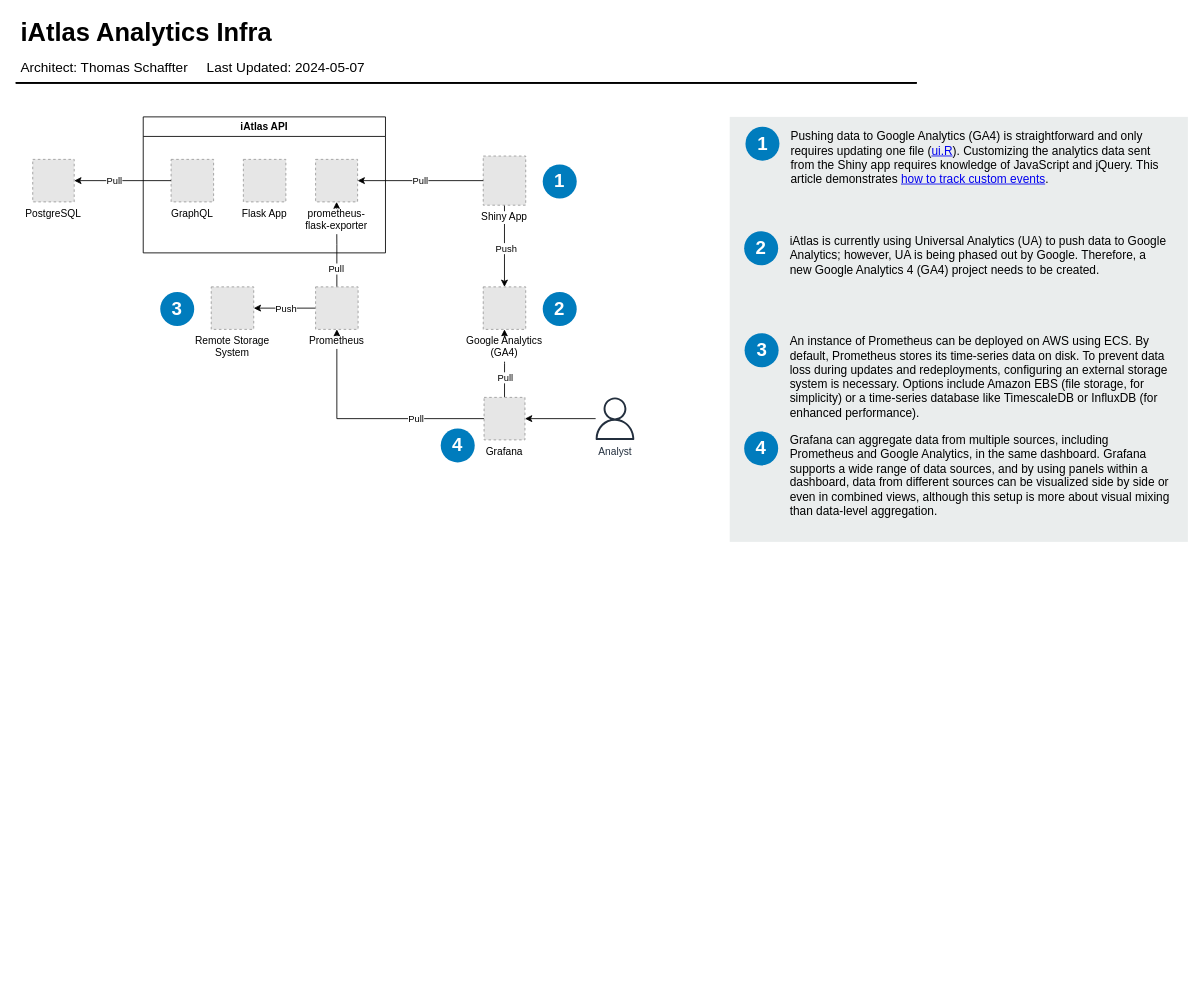
Above: diagrams/iatlas-infra.drawio in Sage-Bionetworks/sage-monorepo (draw.io), before the change. Source tidied: cells renumbered, new cells numbered last; positions are measured from the earlier drawing's top-left corner, leaving out a move shared by most shapes. Both pictures are drawn from the tidied source at 85%, with x=0, y=0 at pixel (15, 14). Pictures stored in the file or linked from it are replaced by grey dashed boxes.
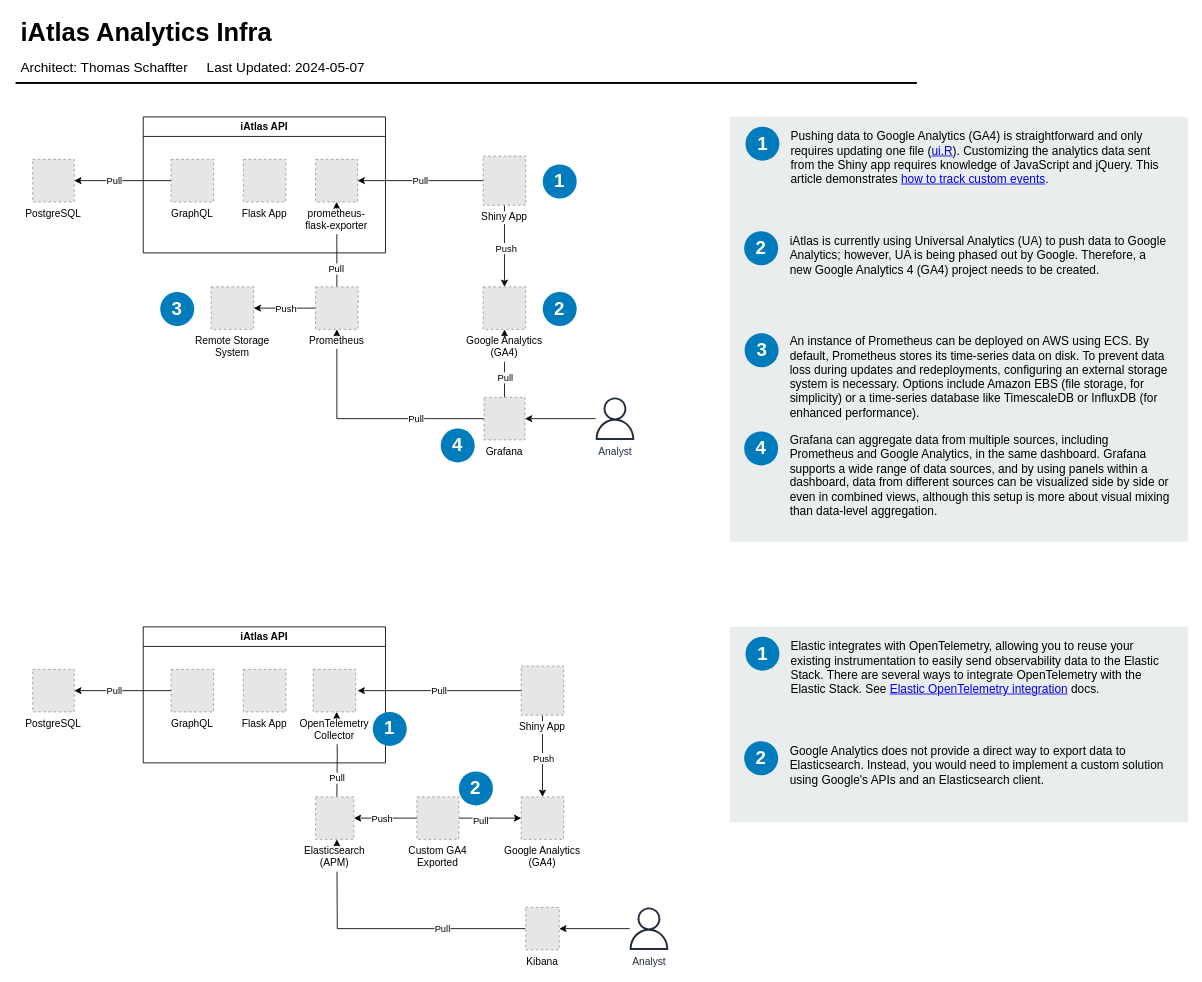
After the change.

What changed in the source:
```diff
@@
+    <mxCell id="44" style="edgeStyle=orthogonalEdgeStyle;rounded=0;jettySize=auto;html=1;entryX=0.5;entryY=0;entryDx=0;entryDy=0;" parent="1" edge="1" source="46" target="59">
+      <mxGeometry relative="1" as="geometry" />
+    </mxCell>
+    <mxCell id="45" value="Push" style="edgeLabel;html=1;align=center;verticalAlign=middle;" parent="44" vertex="1">
+      <mxGeometry x="0.06" y="1" relative="1" as="geometry" />
+    </mxCell>
+    <mxCell id="46" value="Shiny App" style="fillColor=#E6E6E6;strokeColor=#999999;dashed=1;verticalLabelPosition=bottom;labelBackgroundColor=default;verticalAlign=top;" parent="1" vertex="1">
+      <mxGeometry x="594.7" y="766.1" width="50" height="57.8" as="geometry" />
+    </mxCell>
+    <mxCell id="47" value="PostgreSQL" style="fillColor=#E6E6E6;strokeColor=#999999;dashed=1;verticalLabelPosition=bottom;labelBackgroundColor=default;verticalAlign=top;" parent="1" vertex="1">
+      <mxGeometry x="20" y="770" width="48.8" height="50" as="geometry" />
+    </mxCell>
+    <mxCell id="48" value="Pull" style="edgeStyle=orthogonalEdgeStyle;rounded=0;jettySize=auto;html=1;exitX=0;exitY=0.5;exitDx=0;exitDy=0;" parent="1" edge="1" source="46">
+      <mxGeometry relative="1" as="geometry">
+        <mxPoint x="402.2" y="795" as="targetPoint" />
+      </mxGeometry>
+    </mxCell>
+    <mxCell id="49" style="edgeStyle=orthogonalEdgeStyle;rounded=0;orthogonalLoop=1;jettySize=auto;html=1;exitX=0.5;exitY=0;exitDx=0;exitDy=0;" parent="1" edge="1">
+      <mxGeometry relative="1" as="geometry">
+        <mxPoint x="377.8" y="920" as="sourcePoint" />
+        <mxPoint x="377.5" y="820" as="targetPoint" />
+      </mxGeometry>
+    </mxCell>
+    <mxCell id="50" value="Pull" style="edgeLabel;html=1;align=center;verticalAlign=middle;" parent="49" vertex="1">
+      <mxGeometry x="-0.56" y="1" relative="1" as="geometry" />
+    </mxCell>
+    <mxCell id="51" value="iAtlas API" style="swimlane;whiteSpace=wrap;html=1;" parent="1" vertex="1">
+      <mxGeometry x="150" y="720" width="285" height="160" as="geometry" />
+    </mxCell>
+    <mxCell id="52" value="GraphQL" style="fillColor=#E6E6E6;strokeColor=#999999;dashed=1;verticalLabelPosition=bottom;labelBackgroundColor=default;verticalAlign=top;" parent="51" vertex="1">
+      <mxGeometry x="32.8" y="50" width="50" height="50" as="geometry" />
+    </mxCell>
+    <mxCell id="53" value="Flask App" style="fillColor=#E6E6E6;strokeColor=#999999;dashed=1;verticalLabelPosition=bottom;labelBackgroundColor=default;verticalAlign=top;" parent="51" vertex="1">
+      <mxGeometry x="117.8" y="50" width="50" height="50" as="geometry" />
+    </mxCell>
+    <mxCell id="54" value="OpenTelemetry&#10;Collector" style="fillColor=#E6E6E6;strokeColor=#999999;dashed=1;verticalLabelPosition=bottom;labelBackgroundColor=default;verticalAlign=top;" parent="51" vertex="1">
+      <mxGeometry x="200" y="50" width="50" height="50" as="geometry" />
+    </mxCell>
+    <mxCell id="55" style="edgeStyle=orthogonalEdgeStyle;rounded=0;jettySize=auto;html=1;entryX=0.5;entryY=1;entryDx=0;entryDy=0;exitX=0;exitY=0.5;exitDx=0;exitDy=0;" parent="1" edge="1" source="62">
+      <mxGeometry relative="1" as="geometry">
+        <mxPoint x="377.8" y="970" as="targetPoint" />
+      </mxGeometry>
+    </mxCell>
+    <mxCell id="56" value="Pull" style="edgeLabel;html=1;align=center;verticalAlign=middle;" parent="55" vertex="1">
+      <mxGeometry x="-0.24" y="3" relative="1" as="geometry">
+        <mxPoint x="25" y="-3" as="offset" />
+      </mxGeometry>
+    </mxCell>
+    <mxCell id="57" style="edgeStyle=orthogonalEdgeStyle;rounded=0;jettySize=auto;html=1;exitX=0;exitY=0.5;exitDx=0;exitDy=0;" parent="1" edge="1" source="52" target="47">
+      <mxGeometry relative="1" as="geometry" />
+    </mxCell>
+    <mxCell id="58" value="Pull" style="edgeLabel;html=1;align=center;verticalAlign=middle;" parent="57" vertex="1">
+      <mxGeometry x="0.17" y="2" relative="1" as="geometry">
+        <mxPoint y="-2" as="offset" />
+      </mxGeometry>
+    </mxCell>
+    <mxCell id="59" value="Google Analytics&#10;(GA4)" style="fillColor=#E6E6E6;strokeColor=#999999;dashed=1;verticalLabelPosition=bottom;labelBackgroundColor=default;verticalAlign=top;" parent="1" vertex="1">
+      <mxGeometry x="594.7" y="920" width="50" height="50" as="geometry" />
+    </mxCell>
+    <mxCell id="60" style="edgeStyle=orthogonalEdgeStyle;rounded=0;jettySize=auto;html=1;entryX=1;entryY=0.5;entryDx=0;entryDy=0;" parent="1" edge="1" source="61" target="62">
+      <mxGeometry relative="1" as="geometry" />
+    </mxCell>
+    <mxCell id="61" value="Analyst" style="outlineConnect=0;fontColor=#232F3E;gradientColor=none;fillColor=#232F3E;strokeColor=none;dashed=0;verticalLabelPosition=bottom;verticalAlign=top;align=center;html=1;fontSize=12;fontStyle=0;shape=mxgraph.aws4.user;labelBackgroundColor=none;" parent="1" vertex="1">
+      <mxGeometry x="720" y="1050" width="50" height="50" as="geometry" />
+    </mxCell>
+    <mxCell id="62" value="Kibana" style="fillColor=#E6E6E6;strokeColor=#999999;dashed=1;verticalLabelPosition=bottom;labelBackgroundColor=default;verticalAlign=top;" parent="1" vertex="1">
+      <mxGeometry x="600" y="1050" width="39.4" height="50" as="geometry" />
+    </mxCell>
+    <mxCell id="63" value="Elasticsearch&#10;(APM)" style="fillColor=#E6E6E6;strokeColor=#999999;dashed=1;verticalLabelPosition=bottom;labelBackgroundColor=default;verticalAlign=top;" parent="1" vertex="1">
+      <mxGeometry x="352.8" y="920" width="45" height="50" as="geometry" />
+    </mxCell>
+    <mxCell id="64" style="edgeStyle=orthogonalEdgeStyle;rounded=0;jettySize=auto;html=1;entryX=0;entryY=0.5;entryDx=0;entryDy=0;" parent="1" edge="1" source="68" target="59">
+      <mxGeometry relative="1" as="geometry" />
+    </mxCell>
+    <mxCell id="65" value="Pull" style="edgeLabel;html=1;align=center;verticalAlign=middle;" parent="64" vertex="1">
+      <mxGeometry x="-0.31" y="-2" relative="1" as="geometry" />
+    </mxCell>
+    <mxCell id="66" style="edgeStyle=orthogonalEdgeStyle;rounded=0;jettySize=auto;html=1;entryX=1;entryY=0.5;entryDx=0;entryDy=0;" parent="1" edge="1" source="68" target="63">
+      <mxGeometry relative="1" as="geometry" />
+    </mxCell>
+    <mxCell id="67" value="Push" style="edgeLabel;html=1;align=center;verticalAlign=middle;" parent="66" vertex="1">
+      <mxGeometry x="0.12" relative="1" as="geometry" />
+    </mxCell>
+    <mxCell id="68" value="Custom GA4&#10;Exported" style="fillColor=#E6E6E6;strokeColor=#999999;dashed=1;verticalLabelPosition=bottom;labelBackgroundColor=default;verticalAlign=top;" parent="1" vertex="1">
+      <mxGeometry x="472" y="920" width="49.4" height="50" as="geometry" />
+    </mxCell>
+    <mxCell id="69" value="1" style="rounded=1;whiteSpace=wrap;html=1;fillColor=#007CBD;strokeColor=none;fontColor=#FFFFFF;fontStyle=1;fontSize=22;labelBackgroundColor=none;arcSize=50;" parent="1" vertex="1">
+      <mxGeometry x="420" y="820" width="40" height="40" as="geometry" />
+    </mxCell>
+    <mxCell id="70" style="rounded=0;whiteSpace=wrap;html=1;fillColor=#EAEDED;fontSize=22;fontColor=#FFFFFF;strokeColor=none;labelBackgroundColor=none;" parent="1" vertex="1">
+      <mxGeometry x="840" y="720" width="539" height="230" as="geometry" />
+    </mxCell>
+    <mxCell id="71" value="Elastic integrates with OpenTelemetry, allowing you to reuse your existing instrumentation to easily send observability data to the Elastic Stack. There are several ways to integrate OpenTelemetry with the Elastic Stack. See &lt;a href=&quot;https://www.elastic.co/guide/en/observability/current/apm-open-telemetry.html&quot;&gt;Elastic OpenTelemetry integration&lt;/a&gt; docs." style="text;html=1;align=left;verticalAlign=top;spacingTop=-4;fontSize=14;labelBackgroundColor=none;whiteSpace=wrap;" parent="1" vertex="1">
+      <mxGeometry x="910" y="732" width="449" height="118" as="geometry" />
+    </mxCell>
+    <mxCell id="72" value="Google Analytics does not provide a direct way to export data to Elasticsearch. Instead, you would need to implement a custom solution using Google's APIs and an Elasticsearch client." style="text;html=1;align=left;verticalAlign=top;spacingTop=-4;fontSize=14;labelBackgroundColor=none;whiteSpace=wrap;" parent="1" vertex="1">
+      <mxGeometry x="909" y="855" width="450" height="115" as="geometry" />
+    </mxCell>
+    <mxCell id="73" value="1" style="rounded=1;whiteSpace=wrap;html=1;fillColor=#007CBD;strokeColor=none;fontColor=#FFFFFF;fontStyle=1;fontSize=22;labelBackgroundColor=none;arcSize=50;" parent="1" vertex="1">
+      <mxGeometry x="858.5" y="731.5" width="40" height="40" as="geometry" />
+    </mxCell>
+    <mxCell id="74" value="2" style="rounded=1;whiteSpace=wrap;html=1;fillColor=#007CBD;strokeColor=none;fontColor=#FFFFFF;fontStyle=1;fontSize=22;labelBackgroundColor=none;arcSize=50;" parent="1" vertex="1">
+      <mxGeometry x="857" y="854.5" width="40" height="40" as="geometry" />
+    </mxCell>
+    <mxCell id="75" value="2" style="rounded=1;whiteSpace=wrap;html=1;fillColor=#007CBD;strokeColor=none;fontColor=#FFFFFF;fontStyle=1;fontSize=22;labelBackgroundColor=none;arcSize=50;" parent="1" vertex="1">
+      <mxGeometry x="521.4" y="890" width="40" height="40" as="geometry" />
+    </mxCell>
```
